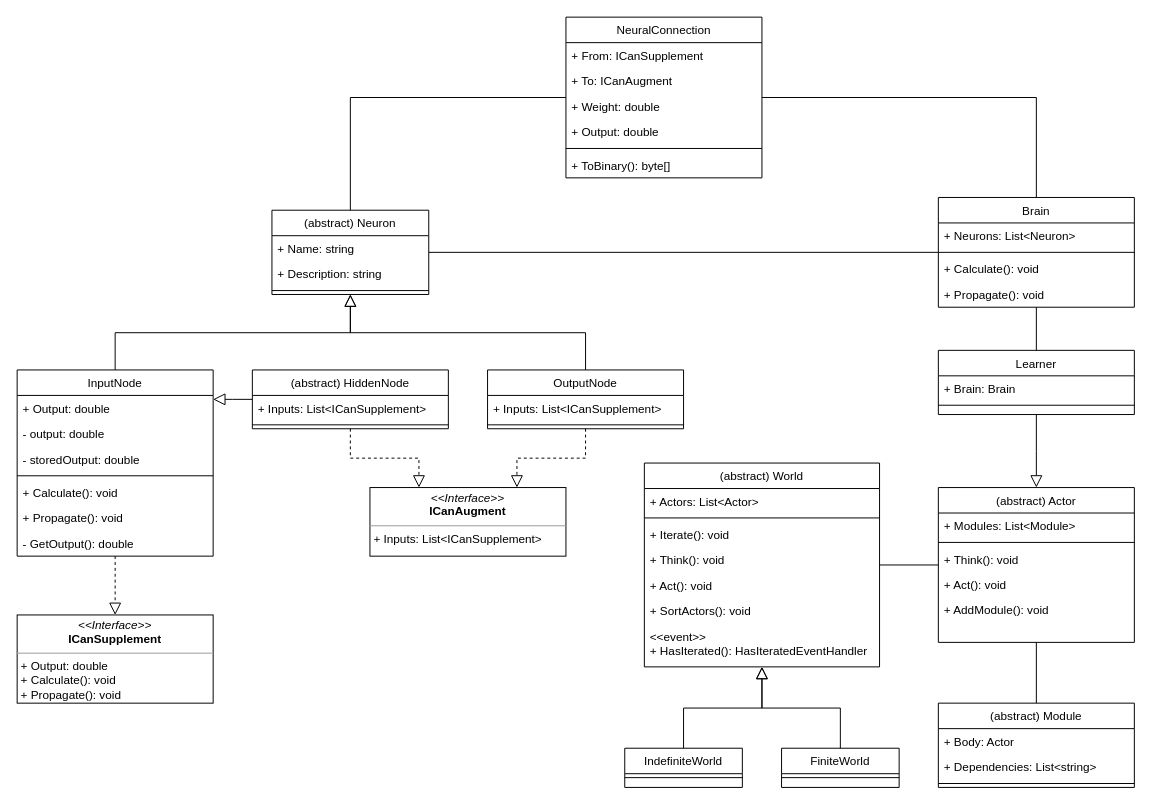
The draw.io diagram ClassDiagram.drawio in Exouxas/FosterScript.Core, before the edit. Source tidied: cells renumbered, new cells numbered last; positions are measured from the earlier drawing's top-left corner, leaving out a move shared by most shapes. Both pictures are drawn from the tidied source at 98%, with x=0, y=0 at pixel (17, 17).
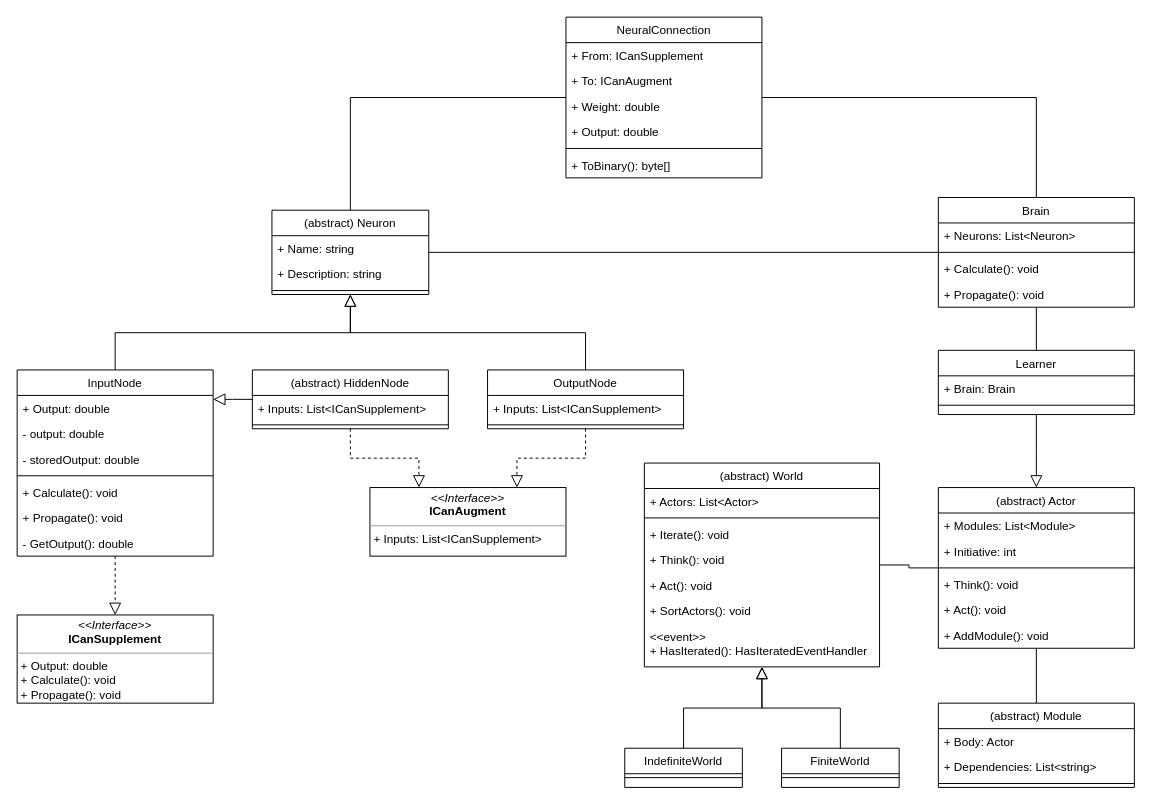
The same diagram, later.

Commit message (it also covers changes not shown here):
Add Initiative property to Actor

Diff of the diagram source:
```diff
@@
     <mxCell id="58" value="(abstract) Actor" style="swimlane;fontStyle=0;align=center;verticalAlign=top;horizontal=1;startSize=26;rounded=0;shadow=0;strokeWidth=1;" parent="1" vertex="1">
-      <mxGeometry x="940" y="480" width="200" height="158" as="geometry" />
+      <mxGeometry x="940" y="480" width="200" height="164" as="geometry" />
     </mxCell>
@@
+    <mxCell id="74" value="+ Initiative: int" style="text;align=left;verticalAlign=top;spacingLeft=4;spacingRight=4;overflow=hidden;" parent="58" vertex="1">
+      <mxGeometry y="52" width="200" height="26" as="geometry" />
+    </mxCell>
     <mxCell id="60" style="line;html=1;strokeWidth=1;align=left;verticalAlign=middle;spacingTop=-1;spacingLeft=3;spacingRight=3;labelPosition=right;" parent="58" vertex="1">
-      <mxGeometry y="52" width="200" height="8" as="geometry" />
+      <mxGeometry y="78" width="200" height="8" as="geometry" />
     </mxCell>
     <mxCell id="61" value="+ Think(): void" style="text;align=left;verticalAlign=top;spacingLeft=4;spacingRight=4;overflow=hidden;" parent="58" vertex="1">
-      <mxGeometry y="60" width="200" height="26" as="geometry" />
+      <mxGeometry y="86" width="200" height="26" as="geometry" />
     </mxCell>
     <mxCell id="62" value="+ Act(): void" style="text;align=left;verticalAlign=top;spacingLeft=4;spacingRight=4;overflow=hidden;" parent="58" vertex="1">
-      <mxGeometry y="86" width="200" height="26" as="geometry" />
+      <mxGeometry y="112" width="200" height="26" as="geometry" />
     </mxCell>
     <mxCell id="63" value="+ AddModule(): void" style="text;align=left;verticalAlign=top;spacingLeft=4;spacingRight=4;overflow=hidden;" parent="58" vertex="1">
-      <mxGeometry y="112" width="200" height="26" as="geometry" />
+      <mxGeometry y="138" width="200" height="26" as="geometry" />
     </mxCell>
```
